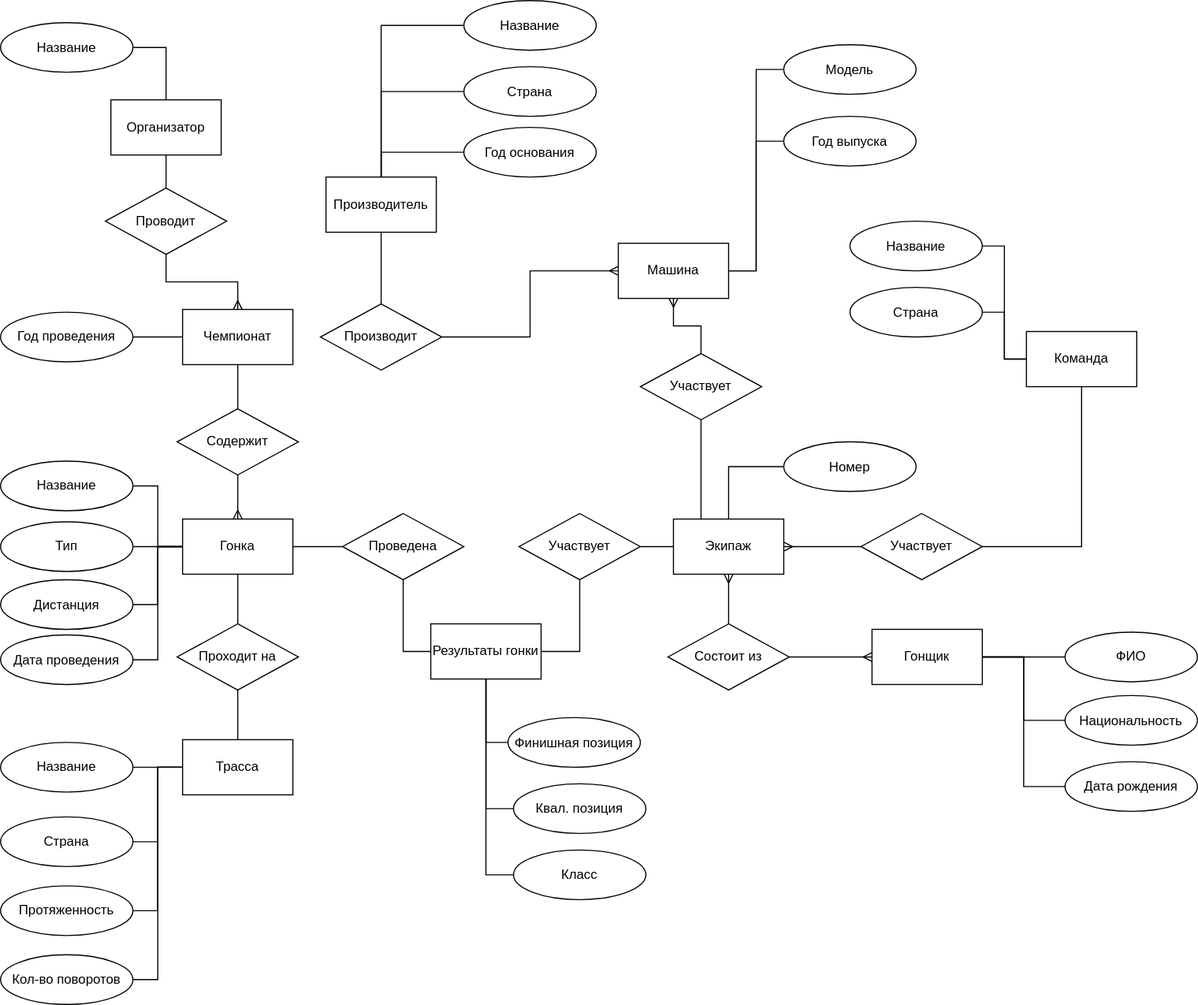
k3sslerX/BMSTU_PPO keeps this draw.io diagram as docs/images/ER.svg. Above is the earlier version. Source tidied: cells renumbered, new cells last; positions are measured from the earlier drawing's top-left corner, leaving out a move shared by most shapes.
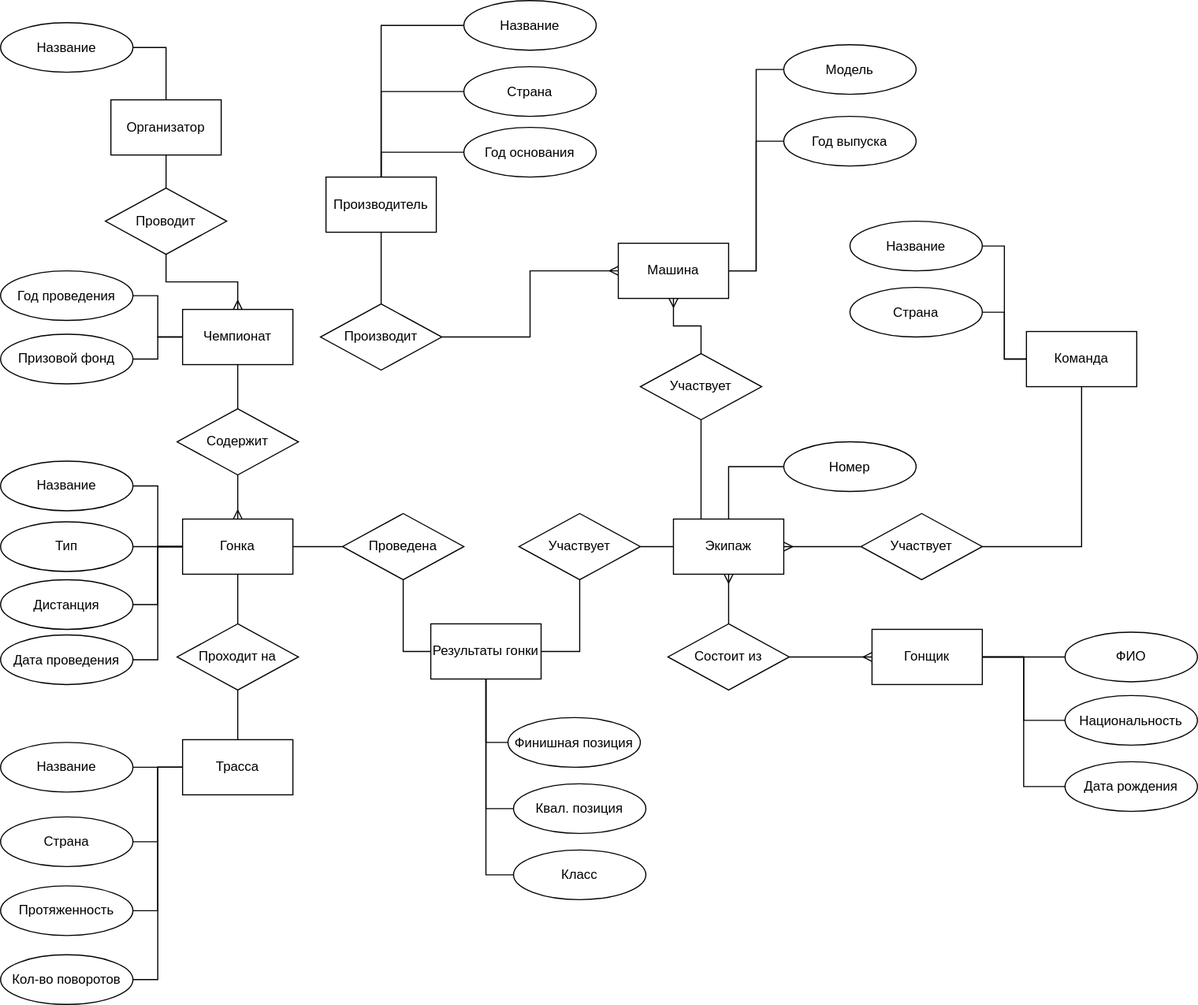
Later version of the same file.

Diff of the diagram source:
```diff
@@ -99,7 +99,7 @@
       <mxGeometry y="20" width="120" height="45" as="geometry" />
     </mxCell>
     <mxCell id="34" value="Год проведения" style="ellipse;whiteSpace=wrap;html=1;" parent="1" vertex="1">
-      <mxGeometry y="282.5" width="120" height="45" as="geometry" />
+      <mxGeometry y="245" width="120" height="45" as="geometry" />
     </mxCell>
     <mxCell id="35" value="Название" style="ellipse;whiteSpace=wrap;html=1;" parent="1" vertex="1">
       <mxGeometry x="420" width="120" height="45" as="geometry" />
@@ -257,5 +257,11 @@
     <mxCell id="86" value="Страна" style="ellipse;whiteSpace=wrap;html=1;" parent="1" vertex="1">
       <mxGeometry x="770" y="260" width="120" height="45" as="geometry" />
     </mxCell>
+    <mxCell id="87" style="edgeStyle=orthogonalEdgeStyle;rounded=0;jettySize=auto;html=1;exitX=1;exitY=0.5;exitDx=0;exitDy=0;entryX=0;entryY=0.5;entryDx=0;entryDy=0;endArrow=none;startFill=0;" parent="1" edge="1" source="88" target="4">
+      <mxGeometry relative="1" as="geometry" />
+    </mxCell>
+    <mxCell id="88" value="Призовой фонд" style="ellipse;whiteSpace=wrap;html=1;" parent="1" vertex="1">
+      <mxGeometry y="302.5" width="120" height="45" as="geometry" />
+    </mxCell>
   </root>
 </mxGraphModel>
```
